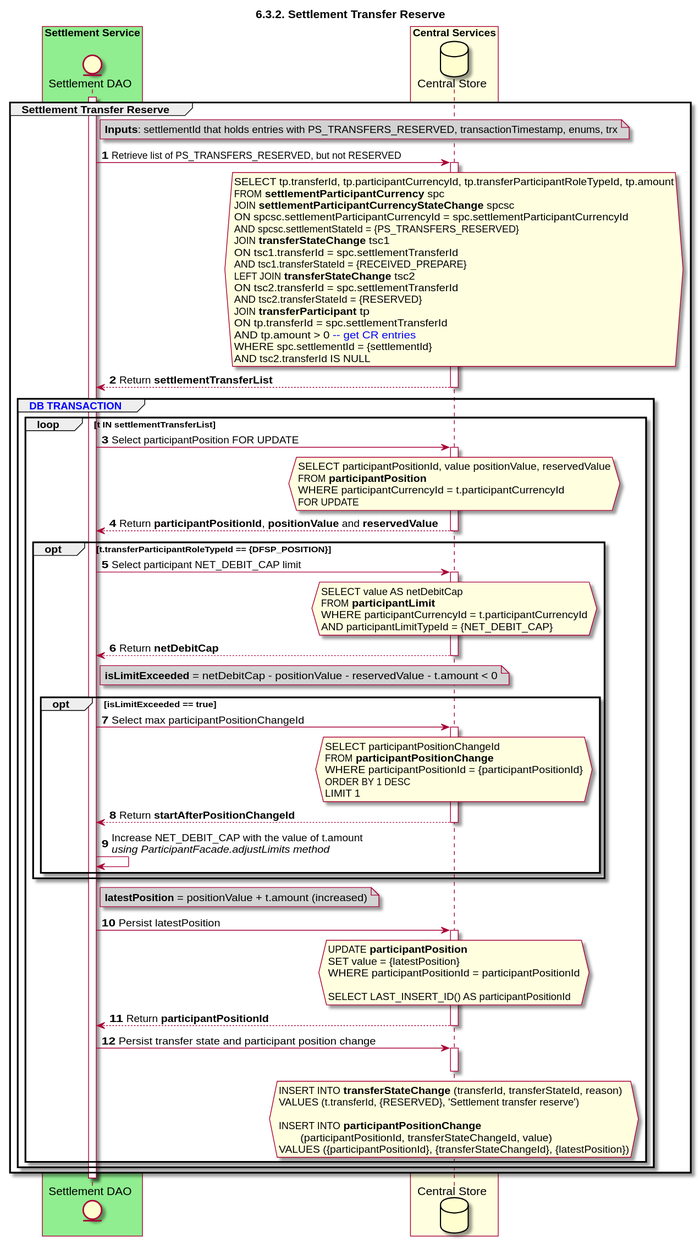
ggrg/docs keeps this PlantUML diagram as Diagrams/SequenceDiagrams/seq-settransfer-6.3.2-reserve.svg. Above is the earlier version.
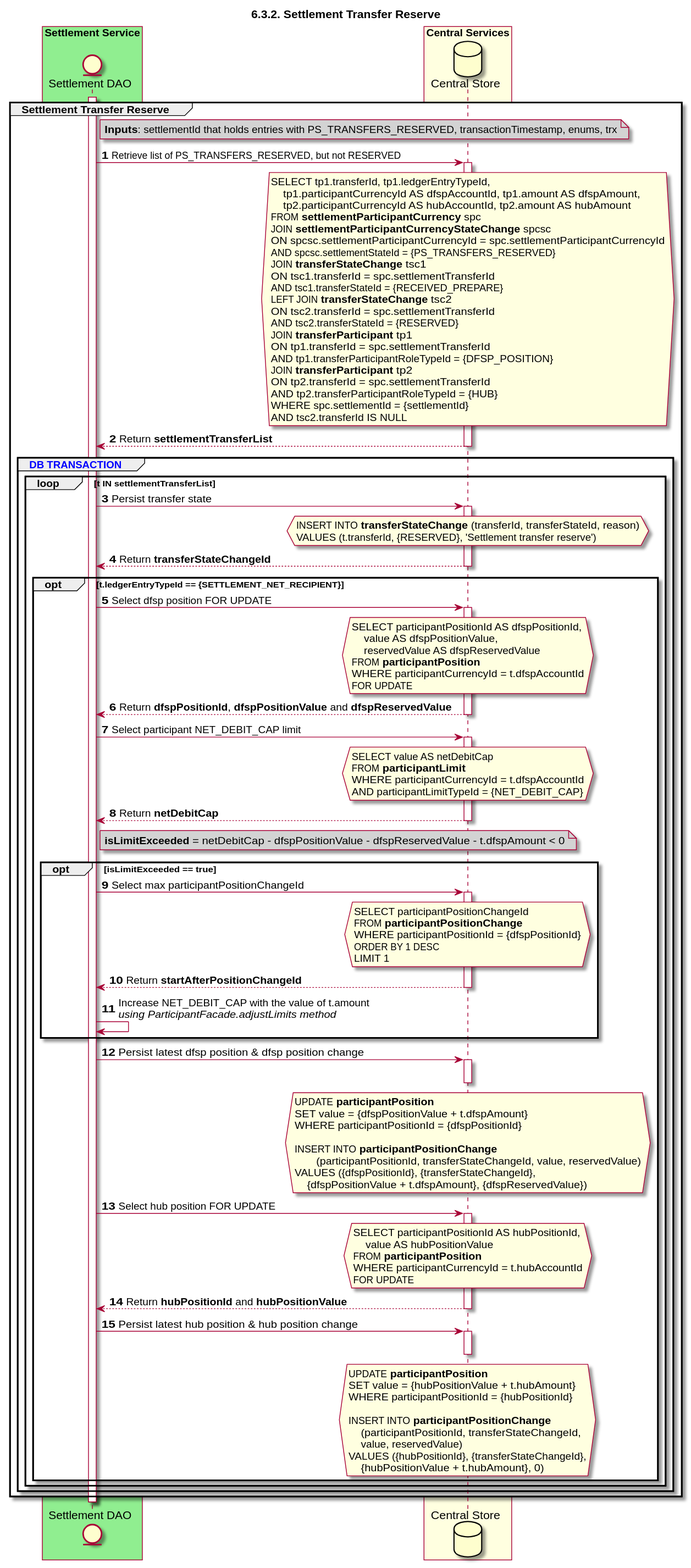
After the commit.

What changed in the source:
```diff
@@ -21,7 +21,9 @@
     SETTLE_DAO -> DB: Retrieve list of PS_TRANSFERS_RESERVED, but not RESERVED
     activate DB
     hnote over DB #lightyellow
-        SELECT tp.transferId, tp.participantCurrencyId, tp.transferParticipantRoleTypeId, tp.amount
+        SELECT tp1.transferId, tp1.ledgerEntryTypeId,
+            tp1.participantCurrencyId AS dfspAccountId, tp1.amount AS dfspAmount,
+            tp2.participantCurrencyId AS hubAccountId, tp2.amount AS hubAmount
         FROM **settlementParticipantCurrency** spc
         JOIN **settlementParticipantCurrencyStateChange** spcsc
         ON spcsc.settlementParticipantCurrencyId = spc.settlementParticipantCurrencyId
@@ -32,9 +34,12 @@
         LEFT JOIN **transferStateChange** tsc2
         ON tsc2.transferId = spc.settlementTransferId
         AND tsc2.transferStateId = {RESERVED}
-        JOIN **transferParticipant** tp
-        ON tp.transferId = spc.settlementTransferId
-        AND tp.amount > 0 <color #blue>-- get CR entries</color>
+        JOIN **transferParticipant** tp1
+        ON tp1.transferId = spc.settlementTransferId
+        AND tp1.transferParticipantRoleTypeId = {DFSP_POSITION}
+        JOIN **transferParticipant** tp2
+        ON tp2.transferId = spc.settlementTransferId
+        AND tp2.transferParticipantRoleTypeId = {HUB}
         WHERE spc.settlementId = {settlementId}
         AND tsc2.transferId IS NULL
     end hnote
@@ -42,30 +47,41 @@
     deactivate DB
     group <color #blue>DB TRANSACTION</color>
         loop t IN settlementTransferList
-            SETTLE_DAO -> DB: Select participantPosition FOR UPDATE
+            SETTLE_DAO -> DB: Persist transfer state
             activate DB
             hnote over DB #lightyellow
-                SELECT participantPositionId, value positionValue, reservedValue
-                FROM **participantPosition**
-                WHERE participantCurrencyId = t.participantCurrencyId
-                FOR UPDATE
+                INSERT INTO **transferStateChange** (transferId, transferStateId, reason)
+                VALUES (t.transferId, {RESERVED}, 'Settlement transfer reserve')
             end note
-            DB --> SETTLE_DAO: Return **participantPositionId**, **positionValue** and **reservedValue**
+            DB --> SETTLE_DAO: Return **transferStateChangeId**
             deactivate DB
 
-            opt t.transferParticipantRoleTypeId == {DFSP_POSITION}
+            opt t.ledgerEntryTypeId == {SETTLEMENT_NET_RECIPIENT}
+                SETTLE_DAO -> DB: Select dfsp position FOR UPDATE
+                activate DB
+                hnote over DB #lightyellow
+                    SELECT participantPositionId AS dfspPositionId,
+                        value AS dfspPositionValue,
+                        reservedValue AS dfspReservedValue
+                    FROM **participantPosition**
+                    WHERE participantCurrencyId = t.dfspAccountId
+                    FOR UPDATE
+                end note
+                DB --> SETTLE_DAO: Return **dfspPositionId**, **dfspPositionValue** and **dfspReservedValue**
+                deactivate DB
+
                 SETTLE_DAO -> DB: Select participant NET_DEBIT_CAP limit
                 activate DB
                 hnote over DB #lightyellow
                     SELECT value AS netDebitCap
                     FROM **participantLimit**
-                    WHERE participantCurrencyId = t.participantCurrencyId
+                    WHERE participantCurrencyId = t.dfspAccountId
                     AND participantLimitTypeId = {NET_DEBIT_CAP}
                 end note
                 DB --> SETTLE_DAO: Return **netDebitCap**
                 deactivate DB
                 note right of SETTLE_DAO #lightgray
-                    **isLimitExceeded** = netDebitCap - positionValue - reservedValue - t.amount < 0
+                    **isLimitExceeded** = netDebitCap - dfspPositionValue - dfspReservedValue - t.dfspAmount < 0
                 end note
 
                 opt isLimitExceeded == true
@@ -74,7 +90,7 @@
                     hnote over DB #lightyellow
                         SELECT participantPositionChangeId
                         FROM **participantPositionChange**
-                        WHERE participantPositionId = {participantPositionId}
+                        WHERE participantPositionId = {dfspPositionId}
                         ORDER BY 1 DESC
                         LIMIT 1
                     end note
@@ -83,36 +99,48 @@
 
                     SETTLE_DAO->SETTLE_DAO: Increase NET_DEBIT_CAP with the value of t.amount\n//using ParticipantFacade.adjustLimits method//
                 end
+
+                SETTLE_DAO->DB: Persist latest dfsp position & dfsp position change
+                hnote over DB #lightyellow
+                    UPDATE **participantPosition**
+                    SET value = {dfspPositionValue + t.dfspAmount}
+                    WHERE participantPositionId = {dfspPositionId}
+
+                    INSERT INTO **participantPositionChange**
+                           (participantPositionId, transferStateChangeId, value, reservedValue)
+                    VALUES ({dfspPositionId}, {transferStateChangeId},
+                        {dfspPositionValue + t.dfspAmount}, {dfspReservedValue})
+                end note
+                activate DB
+                deactivate DB
+
+                SETTLE_DAO -> DB: Select hub position FOR UPDATE
+                activate DB
+                hnote over DB #lightyellow
+                    SELECT participantPositionId AS hubPositionId,
+                        value AS hubPositionValue
+                    FROM **participantPosition**
+                    WHERE participantCurrencyId = t.hubAccountId
+                    FOR UPDATE
+                end note
+                DB --> SETTLE_DAO: Return **hubPositionId** and **hubPositionValue**
+                deactivate DB
+
+                SETTLE_DAO->DB: Persist latest hub position & hub position change
+                hnote over DB #lightyellow
+                    UPDATE **participantPosition**
+                    SET value = {hubPositionValue + t.hubAmount}
+                    WHERE participantPositionId = {hubPositionId}
+
+                    INSERT INTO **participantPositionChange**
+                        (participantPositionId, transferStateChangeId,
+                        value, reservedValue)
+                    VALUES ({hubPositionId}, {transferStateChangeId},
+                        {hubPositionValue + t.hubAmount}, 0)
+                end note
+                activate DB
+                deactivate DB
             end
-
-            note right of SETTLE_DAO #lightgray
-                **latestPosition** = positionValue + t.amount (increased)
-            end note
-
-            SETTLE_DAO->DB: Persist latestPosition
-            activate DB
-            hnote over DB #lightyellow
-                UPDATE **participantPosition**
-                SET value = {latestPosition}
-                WHERE participantPositionId = participantPositionId
-
-                SELECT LAST_INSERT_ID() AS participantPositionId
-            end note
-            DB-->SETTLE_DAO: Return **participantPositionId**
-            deactivate DB
-
-            deactivate DB
-            SETTLE_DAO -> DB: Persist transfer state and participant position change
-            hnote over DB #lightyellow
-                INSERT INTO **transferStateChange** (transferId, transferStateId, reason)
-                VALUES (t.transferId, {RESERVED}, 'Settlement transfer reserve')
-
-                INSERT INTO **participantPositionChange**
-                       (participantPositionId, transferStateChangeId, value)
-                VALUES ({participantPositionId}, {transferStateChangeId}, {latestPosition})
-            end note
-            activate DB
-            deactivate DB
         end
     end
 end
```
